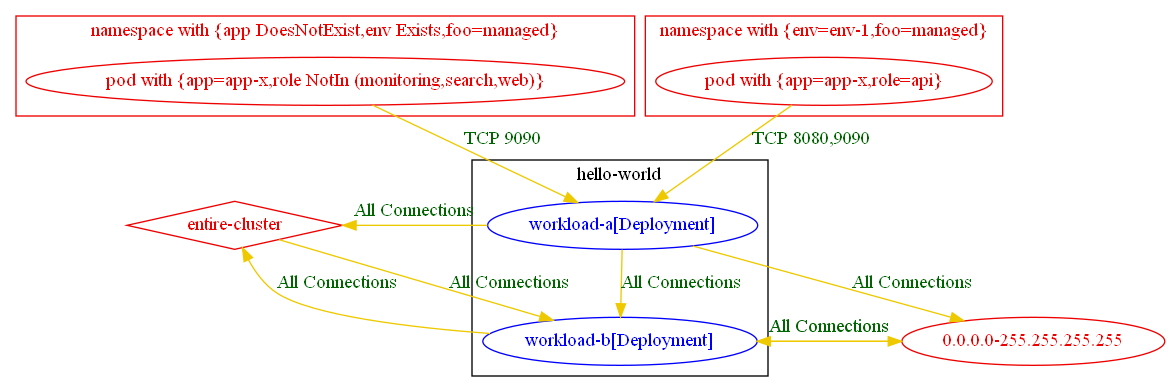
Earlier version of the Graphviz export test_outputs/connlist/exposure_test_exposure_with_different_rules_6_connlist_output.dot.png (np-guard/netpol-analyzer). Its source is kept beside it as test_outputs/connlist/exposure_test_exposure_with_different_rules_6_connlist_output.dot. Its diagram source:
```dot
digraph {
	subgraph "cluster_hello_world" {
		color="black"
		fontcolor="black"
		"hello-world/workload-a[Deployment]" [label="workload-a[Deployment]" color="blue" fontcolor="blue"]
		"hello-world/workload-b[Deployment]" [label="workload-b[Deployment]" color="blue" fontcolor="blue"]
		label="hello-world"
	}
	subgraph "cluster_namespace with {app DoesNotExist,env Exists,foo=managed}" {
		color="red2"
		fontcolor="red2"
		"pod with {app=app-x,role NotIn (monitoring,search,web)}_in_namespace with {app DoesNotExist,env Exists,foo=managed}" [label="pod with {app=app-x,role NotIn (monitoring,search,web)}" color="red2" fontcolor="red2"]
		label="namespace with {app DoesNotExist,env Exists,foo=managed}"
	}
	subgraph "cluster_namespace with {env=env_1,foo=managed}" {
		color="red2"
		fontcolor="red2"
		"pod with {app=app-x,role=api}_in_namespace with {env=env-1,foo=managed}" [label="pod with {app=app-x,role=api}" color="red2" fontcolor="red2"]
		label="namespace with {env=env-1,foo=managed}"
	}
	"0.0.0.0-255.255.255.255" [label="0.0.0.0-255.255.255.255" color="red2" fontcolor="red2"]
	"entire-cluster" [label="entire-cluster" color="red2" fontcolor="red2" shape=diamond]
	"0.0.0.0-255.255.255.255" -> "hello-world/workload-b[Deployment]" [label="All Connections" color="gold2" fontcolor="darkgreen"]
	"entire-cluster" -> "hello-world/workload-b[Deployment]" [label="All Connections" color="gold2" fontcolor="darkgreen" weight=1]
	"hello-world/workload-a[Deployment]" -> "0.0.0.0-255.255.255.255" [label="All Connections" color="gold2" fontcolor="darkgreen"]
	"hello-world/workload-a[Deployment]" -> "entire-cluster" [label="All Connections" color="gold2" fontcolor="darkgreen" weight=0.5]
	"hello-world/workload-a[Deployment]" -> "hello-world/workload-b[Deployment]" [label="All Connections" color="gold2" fontcolor="darkgreen"]
	"hello-world/workload-b[Deployment]" -> "0.0.0.0-255.255.255.255" [label="All Connections" color="gold2" fontcolor="darkgreen"]
	"hello-world/workload-b[Deployment]" -> "entire-cluster" [label="All Connections" color="gold2" fontcolor="darkgreen" weight=0.5]
	"pod with {app=app-x,role NotIn (monitoring,search,web)}_in_namespace with {app DoesNotExist,env Exists,foo=managed}" -> "hello-world/workload-a[Deployment]" [label="TCP 9090" color="gold2" fontcolor="darkgreen" weight=1]
	"pod with {app=app-x,role=api}_in_namespace with {env=env-1,foo=managed}" -> "hello-world/workload-a[Deployment]" [label="TCP 8080,9090" color="gold2" fontcolor="darkgreen" weight=1]
}
```
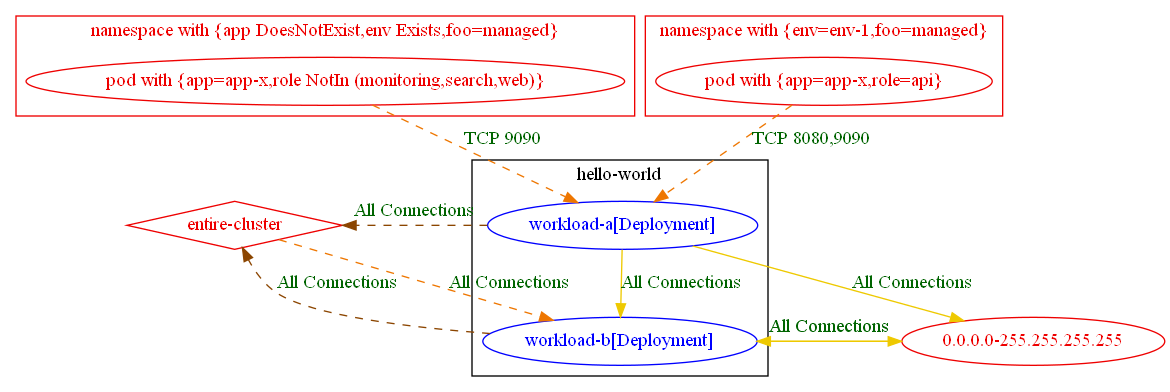
Later version of the same file.

The edit, as a diff of the source:
```diff
@@ -21,12 +21,12 @@
 	"0.0.0.0-255.255.255.255" [label="0.0.0.0-255.255.255.255" color="red2" fontcolor="red2"]
 	"entire-cluster" [label="entire-cluster" color="red2" fontcolor="red2" shape=diamond]
 	"0.0.0.0-255.255.255.255" -> "hello-world/workload-b[Deployment]" [label="All Connections" color="gold2" fontcolor="darkgreen"]
-	"entire-cluster" -> "hello-world/workload-b[Deployment]" [label="All Connections" color="gold2" fontcolor="darkgreen" weight=1]
+	"entire-cluster" -> "hello-world/workload-b[Deployment]" [label="All Connections" color="darkorange2" fontcolor="darkgreen" weight=1 style=dashed]
 	"hello-world/workload-a[Deployment]" -> "0.0.0.0-255.255.255.255" [label="All Connections" color="gold2" fontcolor="darkgreen"]
-	"hello-world/workload-a[Deployment]" -> "entire-cluster" [label="All Connections" color="gold2" fontcolor="darkgreen" weight=0.5]
+	"hello-world/workload-a[Deployment]" -> "entire-cluster" [label="All Connections" color="darkorange4" fontcolor="darkgreen" weight=0.5 style=dashed]
 	"hello-world/workload-a[Deployment]" -> "hello-world/workload-b[Deployment]" [label="All Connections" color="gold2" fontcolor="darkgreen"]
 	"hello-world/workload-b[Deployment]" -> "0.0.0.0-255.255.255.255" [label="All Connections" color="gold2" fontcolor="darkgreen"]
-	"hello-world/workload-b[Deployment]" -> "entire-cluster" [label="All Connections" color="gold2" fontcolor="darkgreen" weight=0.5]
-	"pod with {app=app-x,role NotIn (monitoring,search,web)}_in_namespace with {app DoesNotExist,env Exists,foo=managed}" -> "hello-world/workload-a[Deployment]" [label="TCP 9090" color="gold2" fontcolor="darkgreen" weight=1]
-	"pod with {app=app-x,role=api}_in_namespace with {env=env-1,foo=managed}" -> "hello-world/workload-a[Deployment]" [label="TCP 8080,9090" color="gold2" fontcolor="darkgreen" weight=1]
+	"hello-world/workload-b[Deployment]" -> "entire-cluster" [label="All Connections" color="darkorange4" fontcolor="darkgreen" weight=0.5 style=dashed]
+	"pod with {app=app-x,role NotIn (monitoring,search,web)}_in_namespace with {app DoesNotExist,env Exists,foo=managed}" -> "hello-world/workload-a[Deployment]" [label="TCP 9090" color="darkorange2" fontcolor="darkgreen" weight=1 style=dashed]
+	"pod with {app=app-x,role=api}_in_namespace with {env=env-1,foo=managed}" -> "hello-world/workload-a[Deployment]" [label="TCP 8080,9090" color="darkorange2" fontcolor="darkgreen" weight=1 style=dashed]
 }
```
